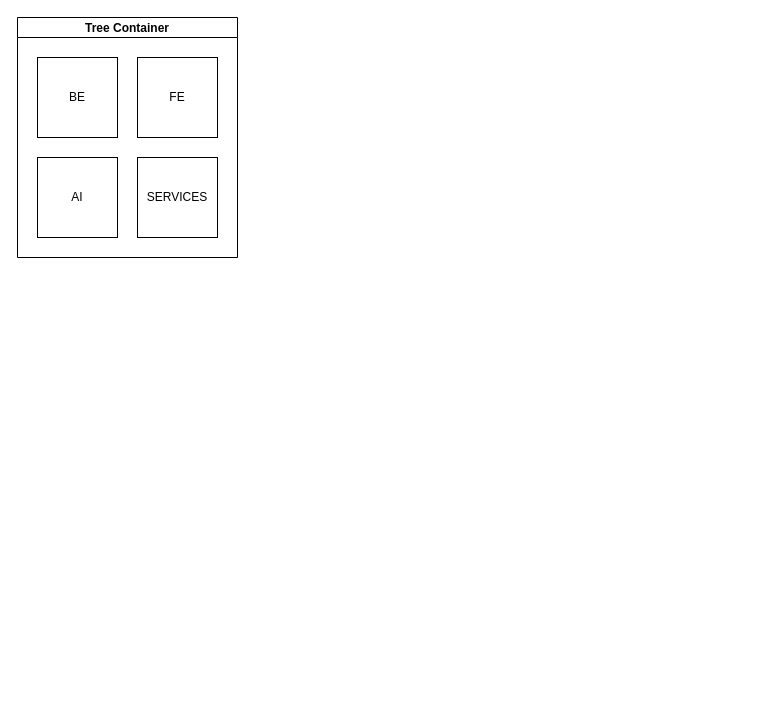
Earlier version of the draw.io diagram as-is.drawio (purusha/draw-io). Source tidied: cells renumbered, new cells numbered last; positions are measured from the earlier drawing's top-left corner, leaving out a move shared by most shapes. Both pictures are drawn from the tidied source at 100%, with x=0, y=0 at pixel (17, 17).
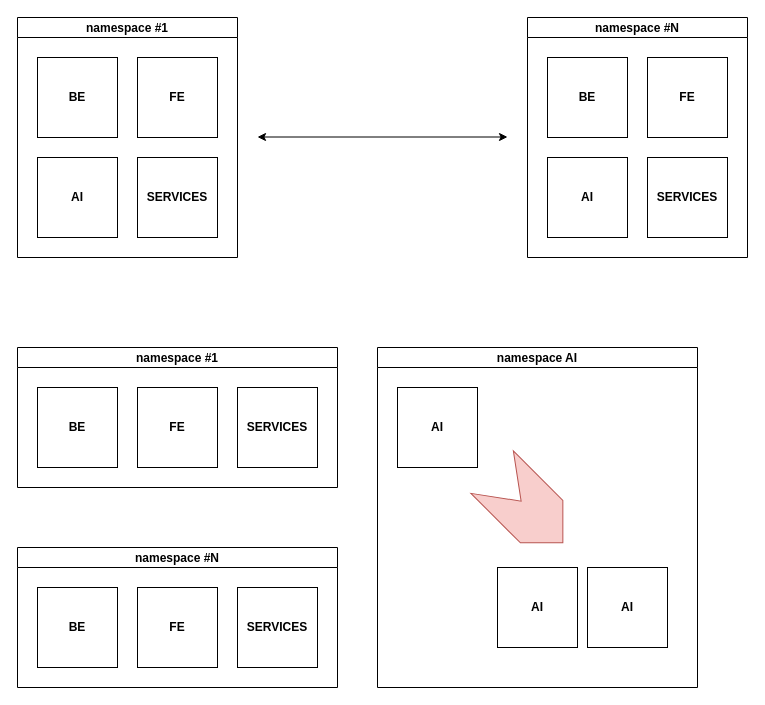
Above is the later version.

What changed in the source:
```diff
@@
-    <mxCell id="2" value="Tree Container" style="swimlane;startSize=20;horizontal=1;containerType=tree;" parent="1" vertex="1">
+    <mxCell id="2" value="namespace #1" style="swimlane;startSize=20;horizontal=1;containerType=tree;" parent="1" vertex="1">
       <mxGeometry width="220" height="240" as="geometry" />
     </mxCell>
-    <mxCell id="3" style="whiteSpace=wrap;html=1;" parent="2" vertex="1">
+    <mxCell id="3" style="whiteSpace=wrap;html=1;fontStyle=0;" parent="2" vertex="1">
       <mxGeometry x="20" y="40" width="80" height="80" as="geometry" />
     </mxCell>
-    <mxCell id="4" value="BE" style="text;html=1;align=center;verticalAlign=middle;whiteSpace=wrap;rounded=0;" parent="2" vertex="1">
+    <mxCell id="4" value="BE" style="text;html=1;align=center;verticalAlign=middle;whiteSpace=wrap;rounded=0;fontStyle=1;" parent="2" vertex="1">
       <mxGeometry x="30" y="65" width="60" height="30" as="geometry" />
     </mxCell>
@@
-    <mxCell id="6" value="FE" style="text;html=1;align=center;verticalAlign=middle;whiteSpace=wrap;rounded=0;" parent="2" vertex="1">
+    <mxCell id="6" value="FE" style="text;html=1;align=center;verticalAlign=middle;whiteSpace=wrap;rounded=0;fontStyle=1;" parent="2" vertex="1">
       <mxGeometry x="130" y="65" width="60" height="30" as="geometry" />
     </mxCell>
@@
-    <mxCell id="8" value="AI" style="text;html=1;align=center;verticalAlign=middle;whiteSpace=wrap;rounded=0;" parent="2" vertex="1">
+    <mxCell id="8" value="AI" style="text;html=1;align=center;verticalAlign=middle;whiteSpace=wrap;rounded=0;fontStyle=1;" parent="2" vertex="1">
       <mxGeometry x="30" y="165" width="60" height="30" as="geometry" />
     </mxCell>
@@
-    <mxCell id="10" value="SERVICES" style="text;html=1;align=center;verticalAlign=middle;whiteSpace=wrap;rounded=0;" parent="2" vertex="1">
+    <mxCell id="10" value="SERVICES" style="text;html=1;align=center;verticalAlign=middle;whiteSpace=wrap;rounded=0;fontStyle=1;" parent="2" vertex="1">
       <mxGeometry x="130" y="165" width="60" height="30" as="geometry" />
     </mxCell>
+    <mxCell id="11" value="namespace #N" style="swimlane;startSize=20;horizontal=1;containerType=tree;" parent="1" vertex="1">
+      <mxGeometry x="510" width="220" height="240" as="geometry" />
+    </mxCell>
+    <mxCell id="12" style="whiteSpace=wrap;html=1;" parent="11" vertex="1">
+      <mxGeometry x="20" y="40" width="80" height="80" as="geometry" />
+    </mxCell>
+    <mxCell id="13" value="BE" style="text;html=1;align=center;verticalAlign=middle;whiteSpace=wrap;rounded=0;fontStyle=1;" parent="11" vertex="1">
+      <mxGeometry x="30" y="65" width="60" height="30" as="geometry" />
+    </mxCell>
+    <mxCell id="14" style="whiteSpace=wrap;html=1;" parent="11" vertex="1">
+      <mxGeometry x="120" y="40" width="80" height="80" as="geometry" />
+    </mxCell>
+    <mxCell id="15" value="FE" style="text;html=1;align=center;verticalAlign=middle;whiteSpace=wrap;rounded=0;fontStyle=1;" parent="11" vertex="1">
+      <mxGeometry x="130" y="65" width="60" height="30" as="geometry" />
+    </mxCell>
+    <mxCell id="16" style="whiteSpace=wrap;html=1;" parent="11" vertex="1">
+      <mxGeometry x="20" y="140" width="80" height="80" as="geometry" />
+    </mxCell>
+    <mxCell id="17" value="AI" style="text;html=1;align=center;verticalAlign=middle;whiteSpace=wrap;rounded=0;fontStyle=1;" parent="11" vertex="1">
+      <mxGeometry x="30" y="165" width="60" height="30" as="geometry" />
+    </mxCell>
+    <mxCell id="18" style="whiteSpace=wrap;html=1;" parent="11" vertex="1">
+      <mxGeometry x="120" y="140" width="80" height="80" as="geometry" />
+    </mxCell>
+    <mxCell id="19" value="SERVICES" style="text;html=1;align=center;verticalAlign=middle;whiteSpace=wrap;rounded=0;fontStyle=1;" parent="11" vertex="1">
+      <mxGeometry x="130" y="165" width="60" height="30" as="geometry" />
+    </mxCell>
+    <mxCell id="20" style="endArrow=classic;startArrow=classic;html=1;rounded=0;" parent="1" edge="1">
+      <mxGeometry relative="1" as="geometry">
+        <mxPoint x="240" y="119.5" as="sourcePoint" />
+        <mxPoint x="490" y="119.5" as="targetPoint" />
+      </mxGeometry>
+    </mxCell>
+    <mxCell id="21" value="namespace #1" style="swimlane;startSize=20;horizontal=1;containerType=tree;" parent="1" vertex="1">
+      <mxGeometry y="330" width="320" height="140" as="geometry" />
+    </mxCell>
+    <mxCell id="22" style="whiteSpace=wrap;html=1;" parent="21" vertex="1">
+      <mxGeometry x="20" y="40" width="80" height="80" as="geometry" />
+    </mxCell>
+    <mxCell id="23" value="BE" style="text;html=1;align=center;verticalAlign=middle;whiteSpace=wrap;rounded=0;fontStyle=1;" parent="21" vertex="1">
+      <mxGeometry x="30" y="65" width="60" height="30" as="geometry" />
+    </mxCell>
+    <mxCell id="24" style="whiteSpace=wrap;html=1;" parent="21" vertex="1">
+      <mxGeometry x="120" y="40" width="80" height="80" as="geometry" />
+    </mxCell>
+    <mxCell id="25" value="FE" style="text;html=1;align=center;verticalAlign=middle;whiteSpace=wrap;rounded=0;fontStyle=1;" parent="21" vertex="1">
+      <mxGeometry x="130" y="65" width="60" height="30" as="geometry" />
+    </mxCell>
+    <mxCell id="26" style="whiteSpace=wrap;html=1;" parent="21" vertex="1">
+      <mxGeometry x="220" y="40" width="80" height="80" as="geometry" />
+    </mxCell>
+    <mxCell id="27" value="SERVICES" style="text;html=1;align=center;verticalAlign=middle;whiteSpace=wrap;rounded=0;fontStyle=1;" parent="21" vertex="1">
+      <mxGeometry x="230" y="65" width="60" height="30" as="geometry" />
+    </mxCell>
+    <mxCell id="28" value="namespace #N" style="swimlane;startSize=20;horizontal=1;containerType=tree;" parent="1" vertex="1">
+      <mxGeometry y="530" width="320" height="140" as="geometry" />
+    </mxCell>
+    <mxCell id="29" style="whiteSpace=wrap;html=1;" parent="28" vertex="1">
+      <mxGeometry x="20" y="40" width="80" height="80" as="geometry" />
+    </mxCell>
+    <mxCell id="30" value="BE" style="text;html=1;align=center;verticalAlign=middle;whiteSpace=wrap;rounded=0;fontStyle=1;" parent="28" vertex="1">
+      <mxGeometry x="30" y="65" width="60" height="30" as="geometry" />
+    </mxCell>
+    <mxCell id="31" style="whiteSpace=wrap;html=1;" parent="28" vertex="1">
+      <mxGeometry x="120" y="40" width="80" height="80" as="geometry" />
+    </mxCell>
+    <mxCell id="32" value="FE" style="text;html=1;align=center;verticalAlign=middle;whiteSpace=wrap;rounded=0;fontStyle=1;" parent="28" vertex="1">
+      <mxGeometry x="130" y="65" width="60" height="30" as="geometry" />
+    </mxCell>
+    <mxCell id="33" style="whiteSpace=wrap;html=1;" parent="28" vertex="1">
+      <mxGeometry x="220" y="40" width="80" height="80" as="geometry" />
+    </mxCell>
+    <mxCell id="34" value="SERVICES" style="text;html=1;align=center;verticalAlign=middle;whiteSpace=wrap;rounded=0;fontStyle=1;" parent="28" vertex="1">
+      <mxGeometry x="230" y="65" width="60" height="30" as="geometry" />
+    </mxCell>
+    <mxCell id="35" value="namespace AI" style="swimlane;startSize=20;horizontal=1;containerType=tree;" parent="1" vertex="1">
+      <mxGeometry x="360" y="330" width="320" height="340" as="geometry" />
+    </mxCell>
+    <mxCell id="36" style="whiteSpace=wrap;html=1;" parent="35" vertex="1">
+      <mxGeometry x="20" y="40" width="80" height="80" as="geometry" />
+    </mxCell>
+    <mxCell id="37" value="AI" style="text;html=1;align=center;verticalAlign=middle;whiteSpace=wrap;rounded=0;fontStyle=1;" parent="35" vertex="1">
+      <mxGeometry x="30" y="65" width="60" height="30" as="geometry" />
+    </mxCell>
+    <mxCell id="38" style="html=1;shadow=0;dashed=0;align=center;verticalAlign=middle;shape=mxgraph.arrows2.arrow;dy=0;dx=30;notch=41;rotation=45;fillColor=#f8cecc;strokeColor=#b85450;" parent="35" vertex="1">
+      <mxGeometry x="100" y="130" width="100" height="60" as="geometry" />
+    </mxCell>
+    <mxCell id="39" style="whiteSpace=wrap;html=1;" parent="35" vertex="1">
+      <mxGeometry x="210" y="220" width="80" height="80" as="geometry" />
+    </mxCell>
+    <mxCell id="40" value="AI" style="text;html=1;align=center;verticalAlign=middle;whiteSpace=wrap;rounded=0;fontStyle=1;" parent="35" vertex="1">
+      <mxGeometry x="220" y="245" width="60" height="30" as="geometry" />
+    </mxCell>
+    <mxCell id="41" style="whiteSpace=wrap;html=1;" parent="35" vertex="1">
+      <mxGeometry x="120" y="220" width="80" height="80" as="geometry" />
+    </mxCell>
+    <mxCell id="42" value="AI" style="text;html=1;align=center;verticalAlign=middle;whiteSpace=wrap;rounded=0;fontStyle=1;" parent="35" vertex="1">
+      <mxGeometry x="130" y="245" width="60" height="30" as="geometry" />
+    </mxCell>
```
